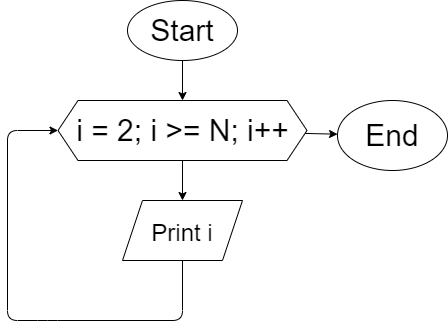
Above: Seminar/Seminar_01/Ex002/diagramEx002.drawio.png in mrDEVGRU/CsharpSeminarProject (draw.io), before the change. Source tidied: cells renumbered, new cells last; positions are measured from the earlier drawing's top-left corner, leaving out a move shared by most shapes. Source of this version:
```xml
<mxGraphModel>
  <root>
    <mxCell id="0" />
    <mxCell id="1" parent="0" />
    <mxCell id="2" style="edgeStyle=none;html=1;fontSize=30;" parent="1" edge="1" source="3">
      <mxGeometry relative="1" as="geometry">
        <mxPoint x="175" y="100" as="targetPoint" />
      </mxGeometry>
    </mxCell>
    <mxCell id="3" value="&lt;font style=&quot;font-size: 30px;&quot;&gt;Start&lt;/font&gt;" style="ellipse;whiteSpace=wrap;html=1;" parent="1" vertex="1">
      <mxGeometry x="120" width="110" height="60" as="geometry" />
    </mxCell>
    <mxCell id="4" style="edgeStyle=none;html=1;fontSize=30;" parent="1" edge="1" source="6" target="8">
      <mxGeometry relative="1" as="geometry" />
    </mxCell>
    <mxCell id="5" style="edgeStyle=none;html=1;fontSize=24;" parent="1" edge="1" source="6" target="9">
      <mxGeometry relative="1" as="geometry" />
    </mxCell>
    <mxCell id="6" value="i = 2; i &amp;gt;= N; i++" style="shape=hexagon;perimeter=hexagonPerimeter2;whiteSpace=wrap;html=1;fixedSize=1;fontSize=30;" parent="1" vertex="1">
      <mxGeometry x="50.5" y="100" width="249" height="60" as="geometry" />
    </mxCell>
    <mxCell id="7" style="edgeStyle=none;html=1;entryX=0;entryY=0.5;entryDx=0;entryDy=0;fontSize=24;" parent="1" edge="1" source="8" target="6">
      <mxGeometry relative="1" as="geometry">
        <Array as="points">
          <mxPoint x="175" y="320" />
          <mxPoint x="40" y="320" />
          <mxPoint y="320" />
          <mxPoint y="130" />
        </Array>
      </mxGeometry>
    </mxCell>
    <mxCell id="8" value="&lt;font style=&quot;font-size: 24px;&quot;&gt;Print i&lt;/font&gt;" style="shape=parallelogram;perimeter=parallelogramPerimeter;whiteSpace=wrap;html=1;fixedSize=1;fontSize=30;" parent="1" vertex="1">
      <mxGeometry x="115" y="200" width="120" height="60" as="geometry" />
    </mxCell>
    <mxCell id="9" value="End" style="ellipse;whiteSpace=wrap;html=1;fontSize=30;" parent="1" vertex="1">
      <mxGeometry x="330" y="100" width="110" height="70" as="geometry" />
    </mxCell>
  </root>
</mxGraphModel>
```
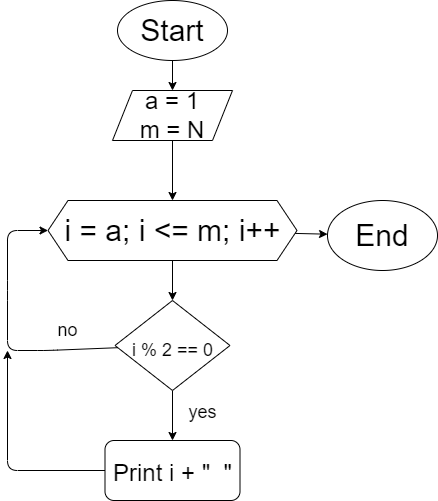
After the commit.

Commit message:
Написан код на ввод данных

The edit, as a diff of the source:
```diff
@@ -2,38 +2,62 @@
   <root>
     <mxCell id="0" />
     <mxCell id="1" parent="0" />
-    <mxCell id="2" style="edgeStyle=none;html=1;fontSize=30;" parent="1" edge="1" source="3">
-      <mxGeometry relative="1" as="geometry">
-        <mxPoint x="175" y="100" as="targetPoint" />
-      </mxGeometry>
-    </mxCell>
+    <mxCell id="10" style="edgeStyle=none;html=1;fontSize=24;" parent="1" edge="1" source="3" target="13">
+      <mxGeometry relative="1" as="geometry" />
+    </mxCell>
     <mxCell id="3" value="&lt;font style=&quot;font-size: 30px;&quot;&gt;Start&lt;/font&gt;" style="ellipse;whiteSpace=wrap;html=1;" parent="1" vertex="1">
-      <mxGeometry x="120" width="110" height="60" as="geometry" />
+      <mxGeometry x="120" y="-100" width="110" height="60" as="geometry" />
     </mxCell>
-    <mxCell id="4" style="edgeStyle=none;html=1;fontSize=30;" parent="1" edge="1" source="6" target="8">
-      <mxGeometry relative="1" as="geometry" />
-    </mxCell>
     <mxCell id="5" style="edgeStyle=none;html=1;fontSize=24;" parent="1" edge="1" source="6" target="9">
       <mxGeometry relative="1" as="geometry" />
     </mxCell>
+    <mxCell id="11" style="edgeStyle=none;html=1;fontSize=24;" parent="1" edge="1" source="6" target="16">
+      <mxGeometry relative="1" as="geometry" />
+    </mxCell>
-    <mxCell id="6" value="i = 2; i &amp;gt;= N; i++" style="shape=hexagon;perimeter=hexagonPerimeter2;whiteSpace=wrap;html=1;fixedSize=1;fontSize=30;" parent="1" vertex="1">
+    <mxCell id="6" value="i = a; i &amp;lt;= m; i++" style="shape=hexagon;perimeter=hexagonPerimeter2;whiteSpace=wrap;html=1;fixedSize=1;fontSize=30;" parent="1" vertex="1">
       <mxGeometry x="50.5" y="100" width="249" height="60" as="geometry" />
     </mxCell>
-    <mxCell id="7" style="edgeStyle=none;html=1;entryX=0;entryY=0.5;entryDx=0;entryDy=0;fontSize=24;" parent="1" edge="1" source="8" target="6">
-      <mxGeometry relative="1" as="geometry">
-        <Array as="points">
-          <mxPoint x="175" y="320" />
-          <mxPoint x="40" y="320" />
-          <mxPoint y="320" />
-          <mxPoint y="130" />
-        </Array>
-      </mxGeometry>
-    </mxCell>
-    <mxCell id="8" value="&lt;font style=&quot;font-size: 24px;&quot;&gt;Print i&lt;/font&gt;" style="shape=parallelogram;perimeter=parallelogramPerimeter;whiteSpace=wrap;html=1;fixedSize=1;fontSize=30;" parent="1" vertex="1">
-      <mxGeometry x="115" y="200" width="120" height="60" as="geometry" />
-    </mxCell>
     <mxCell id="9" value="End" style="ellipse;whiteSpace=wrap;html=1;fontSize=30;" parent="1" vertex="1">
       <mxGeometry x="330" y="100" width="110" height="70" as="geometry" />
     </mxCell>
+    <mxCell id="12" style="edgeStyle=none;html=1;fontSize=24;" parent="1" edge="1" source="13" target="6">
+      <mxGeometry relative="1" as="geometry" />
+    </mxCell>
+    <mxCell id="13" value="&lt;font style=&quot;font-size: 24px;&quot;&gt;a = 1&lt;br&gt;m = N&lt;br&gt;&lt;/font&gt;" style="shape=parallelogram;perimeter=parallelogramPerimeter;whiteSpace=wrap;html=1;fixedSize=1;" parent="1" vertex="1">
+      <mxGeometry x="115" y="-10" width="120" height="50" as="geometry" />
+    </mxCell>
+    <mxCell id="14" style="edgeStyle=none;html=1;entryX=0;entryY=0.5;entryDx=0;entryDy=0;fontSize=18;" parent="1" edge="1" source="16" target="6">
+      <mxGeometry relative="1" as="geometry">
+        <Array as="points">
+          <mxPoint x="50" y="250" />
+          <mxPoint x="10" y="250" />
+          <mxPoint x="10" y="190" />
+          <mxPoint x="10" y="130" />
+        </Array>
+      </mxGeometry>
+    </mxCell>
+    <mxCell id="15" style="edgeStyle=none;html=1;fontSize=18;" parent="1" edge="1" source="16" target="19">
+      <mxGeometry relative="1" as="geometry" />
+    </mxCell>
+    <mxCell id="16" value="&lt;font style=&quot;font-size: 18px;&quot;&gt;i % 2 == 0&lt;/font&gt;" style="rhombus;whiteSpace=wrap;html=1;fontSize=30;" parent="1" vertex="1">
+      <mxGeometry x="117.5" y="200" width="115" height="90" as="geometry" />
+    </mxCell>
+    <mxCell id="17" value="no" style="text;html=1;align=center;verticalAlign=middle;strokeColor=none;fillColor=none;fontSize=18;" parent="1" vertex="1">
+      <mxGeometry x="50" y="210" width="40" height="40" as="geometry" />
+    </mxCell>
+    <mxCell id="18" style="edgeStyle=none;html=1;fontSize=24;" parent="1" edge="1" source="19">
+      <mxGeometry relative="1" as="geometry">
+        <mxPoint x="10" y="250" as="targetPoint" />
+        <Array as="points">
+          <mxPoint x="10" y="370" />
+        </Array>
+      </mxGeometry>
+    </mxCell>
+    <mxCell id="19" value="&lt;font style=&quot;font-size: 24px;&quot;&gt;Print i + &quot;&amp;nbsp; &quot;&lt;/font&gt;" style="rounded=1;whiteSpace=wrap;html=1;fontSize=30;" parent="1" vertex="1">
+      <mxGeometry x="107.5" y="340" width="135" height="60" as="geometry" />
+    </mxCell>
+    <mxCell id="20" value="&lt;font style=&quot;font-size: 18px;&quot;&gt;yes&lt;/font&gt;" style="text;html=1;align=center;verticalAlign=middle;strokeColor=none;fillColor=none;fontSize=24;" parent="1" vertex="1">
+      <mxGeometry x="180" y="290" width="50" height="40" as="geometry" />
+    </mxCell>
   </root>
 </mxGraphModel>
```
